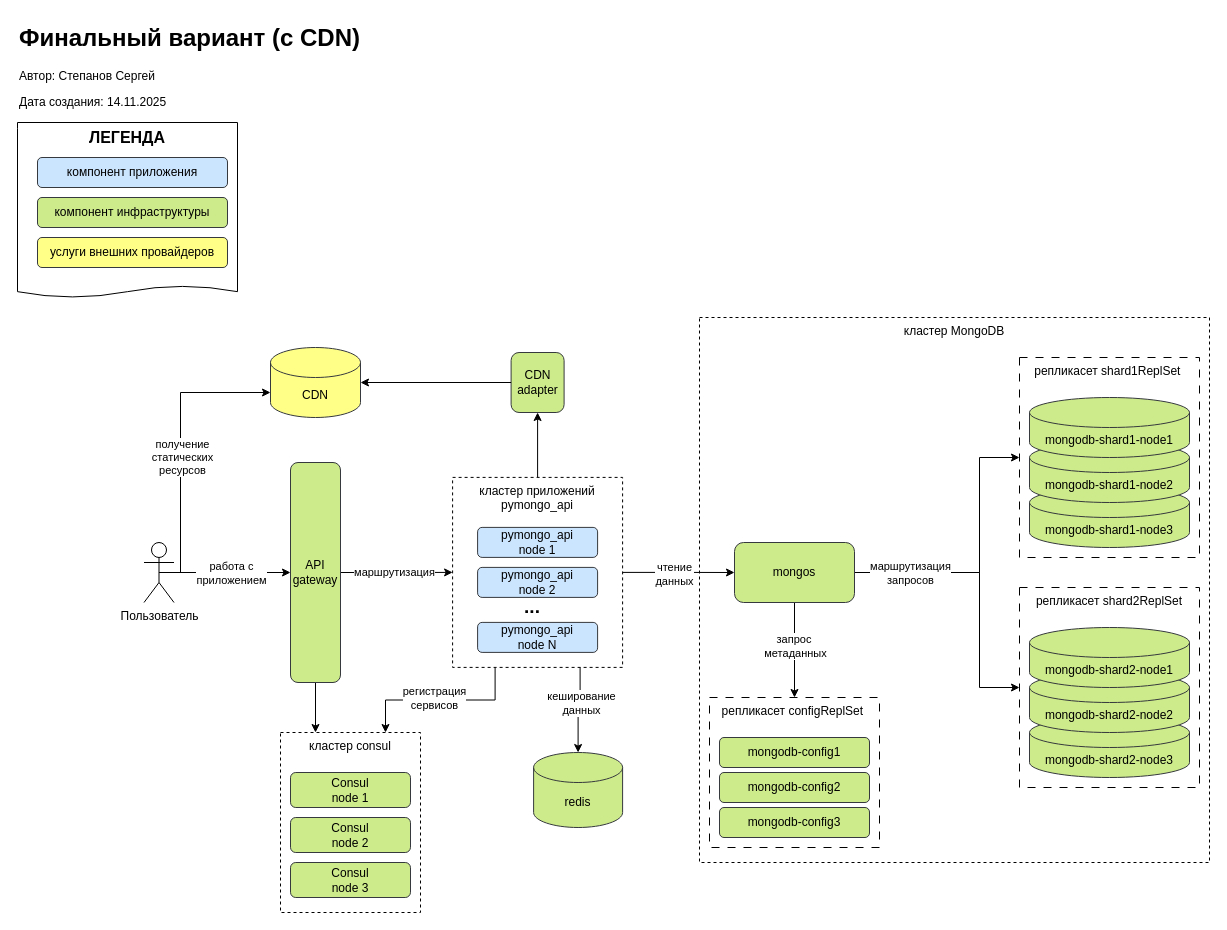
The draw.io diagram page "cdn" (5 of 5) of bf_sharding.drawio in MorKaragh/drawings, before the edit. Source tidied: cells renumbered, new cells numbered last; positions are measured from the earlier drawing's top-left corner, leaving out a move shared by most shapes. Both pictures are drawn from the tidied source at 100%, with x=0, y=0 at pixel (17, 17).
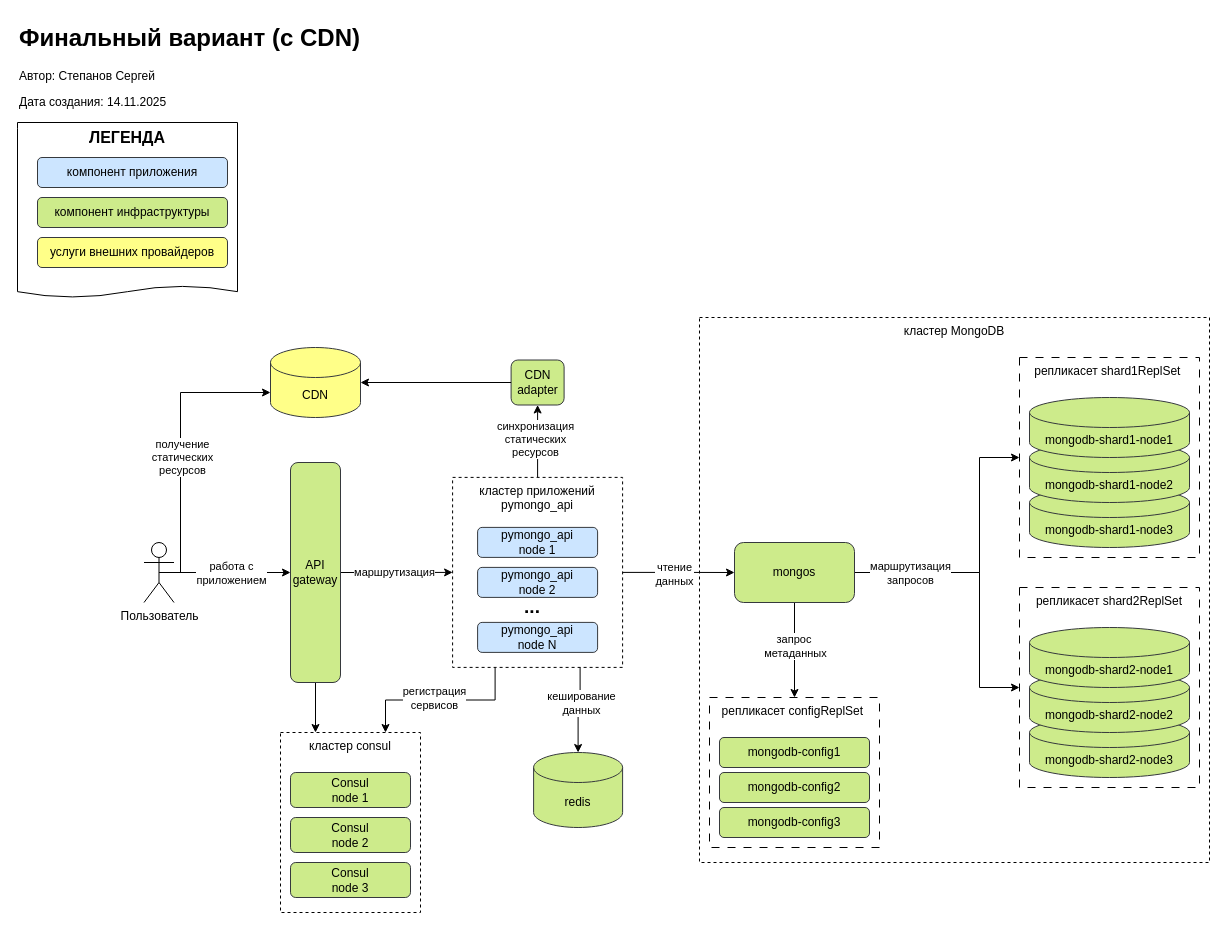
Above is the later version.

The change refers to these unchanged cells:
```xml
<mxCell id="5" style="edgeStyle=orthogonalEdgeStyle;rounded=0;jettySize=auto;html=1;exitX=0.5;exitY=0;exitDx=0;exitDy=0;entryX=0.5;entryY=1;entryDx=0;entryDy=0;" parent="1" edge="1" source="6" target="54">
  <mxGeometry relative="1" as="geometry" />
</mxCell>
```

Change to the diagram source:
```diff
@@
+    <mxCell id="56" value="&lt;div&gt;синхронизация&lt;/div&gt;&lt;div&gt;статических&lt;/div&gt;&lt;div&gt;ресурсов&lt;/div&gt;" style="edgeLabel;html=1;align=center;verticalAlign=middle;" parent="5" vertex="1">
+      <mxGeometry x="0.04" y="3" relative="1" as="geometry" />
+    </mxCell>
@@
     <mxCell id="54" value="CDN adapter" style="rounded=1;whiteSpace=wrap;html=1;fillColor=#cdeb8b;strokeColor=#36393d;" parent="1" vertex="1">
-      <mxGeometry x="493.6" y="335" width="53" height="60" as="geometry" />
+      <mxGeometry x="493.6" y="342.5" width="53" height="45" as="geometry" />
     </mxCell>
```
